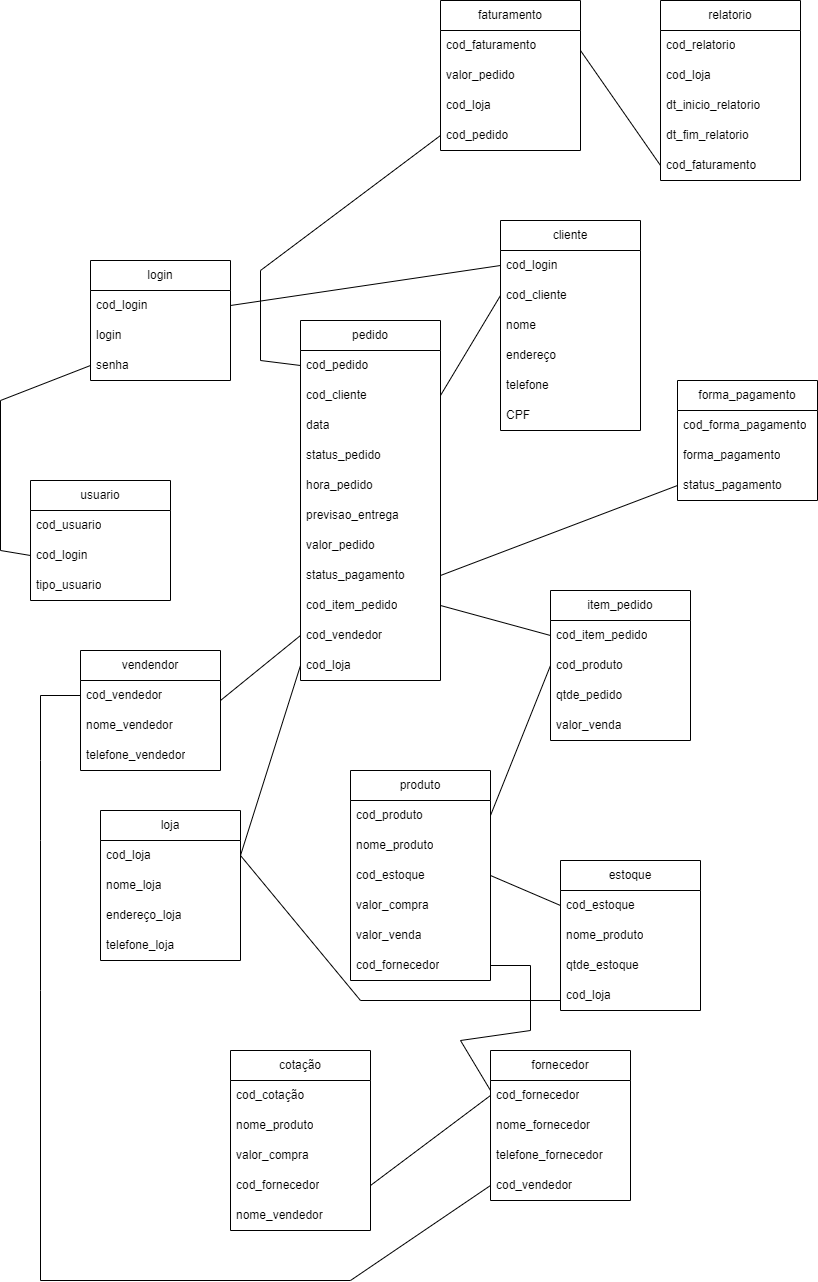
upthiago/banco_de_dados keeps this draw.io diagram as ze_delivery.png. Above is the earlier version. Source tidied: cells renumbered, new cells last; positions are measured from the earlier drawing's top-left corner, leaving out a move shared by most shapes.
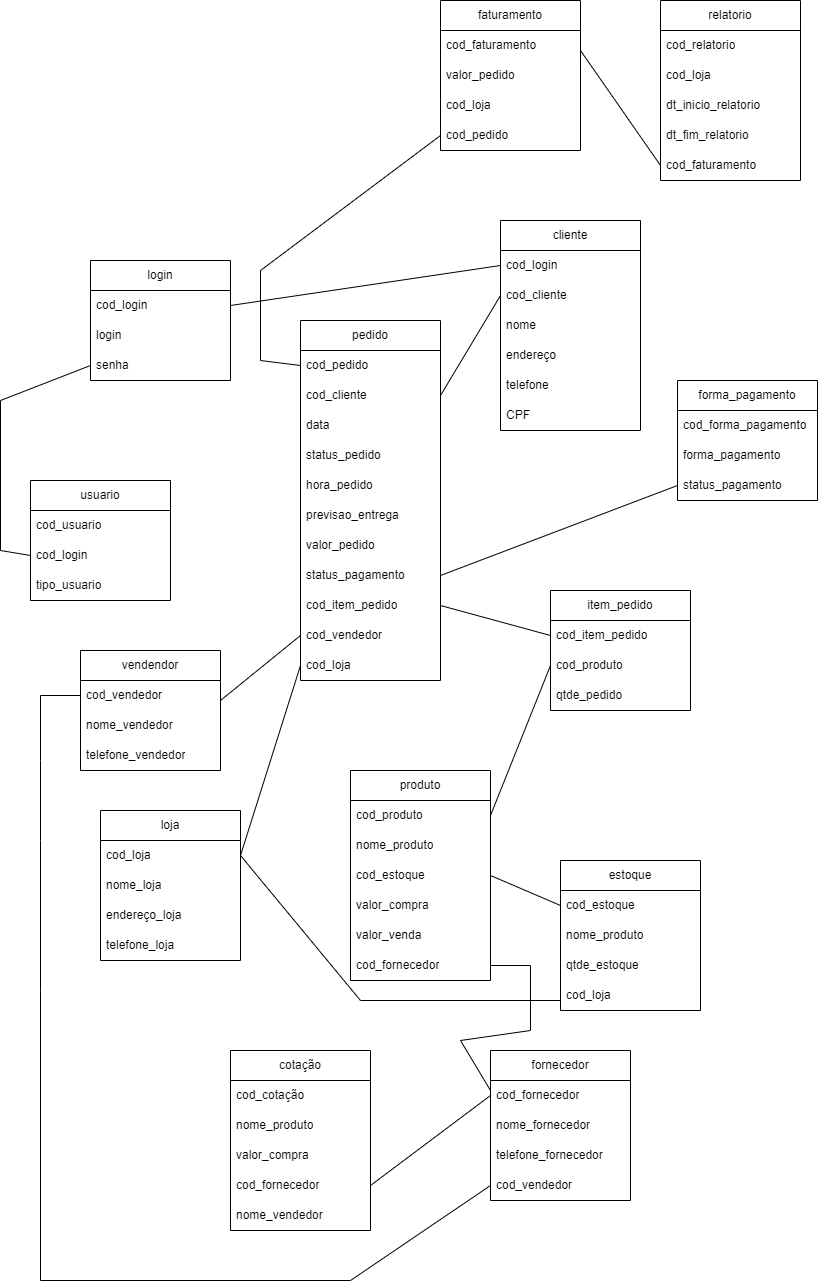
Later version of the same file.

The edit, as a diff of the source:
```diff
@@ -72,7 +72,7 @@
       <mxGeometry y="90" width="140" height="30" as="geometry" />
     </mxCell>
     <mxCell id="25" value="item_pedido" style="swimlane;fontStyle=0;horizontal=1;startSize=30;whiteSpace=wrap;html=1;" parent="1" vertex="1">
-      <mxGeometry x="550" y="590" width="140" height="150" as="geometry" />
+      <mxGeometry x="550" y="590" width="140" height="120" as="geometry" />
     </mxCell>
     <mxCell id="26" value="cod_item_pedido" style="text;strokeColor=none;fillColor=none;align=left;verticalAlign=middle;spacingLeft=4;spacingRight=4;overflow=hidden;points=[[0,0.5],[1,0.5]];portConstraint=eastwest;whiteSpace=wrap;html=1;" parent="25" vertex="1">
       <mxGeometry y="30" width="140" height="30" as="geometry" />
@@ -83,9 +83,6 @@
     <mxCell id="28" value="qtde_pedido" style="text;strokeColor=none;fillColor=none;align=left;verticalAlign=middle;spacingLeft=4;spacingRight=4;overflow=hidden;whiteSpace=wrap;html=1;" parent="25" vertex="1">
       <mxGeometry y="90" width="140" height="30" as="geometry" />
     </mxCell>
-    <mxCell id="29" value="valor_venda" style="text;strokeColor=none;fillColor=none;align=left;verticalAlign=middle;spacingLeft=4;spacingRight=4;overflow=hidden;whiteSpace=wrap;html=1;" parent="25" vertex="1">
-      <mxGeometry y="120" width="140" height="30" as="geometry" />
-    </mxCell>
     <mxCell id="30" value="produto" style="swimlane;fontStyle=0;horizontal=1;startSize=30;whiteSpace=wrap;html=1;" parent="1" vertex="1">
       <mxGeometry x="350" y="770" width="140" height="210" as="geometry" />
     </mxCell>
```
